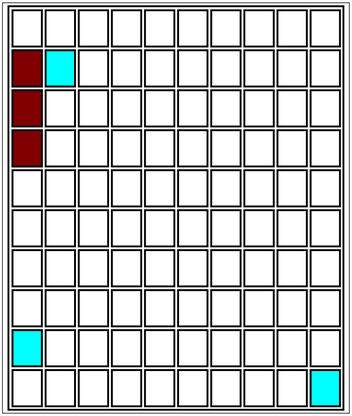
Before: grafica.png, a diagram exported from Graphviz (kevinmp2/IPC2_PROYECTO1_202103206). Its source is kept beside it as grafica.dot.
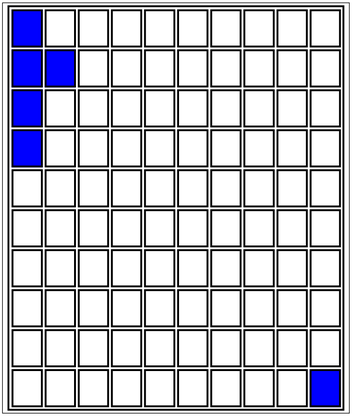
Above is the later version.

Change to the diagram source:
```diff
@@ -1,6 +1,6 @@
 digraph G {a0 [shape=record label=<<TABLE border="3" cellspacing="3" cellpadding="20">
 <TR>
-<TD> </TD>
+<TD bgcolor="blue"> </TD>
 <TD> </TD>
 <TD> </TD>
 <TD> </TD>
@@ -12,8 +12,8 @@
 <TD> </TD>
 </TR>
 <TR>
-<TD bgcolor="webmaroon"> </TD>
-<TD bgcolor="aqua"> </TD>
+<TD bgcolor="blue"> </TD>
+<TD bgcolor="blue"> </TD>
 <TD> </TD>
 <TD> </TD>
 <TD> </TD>
@@ -24,7 +24,7 @@
 <TD> </TD>
 </TR>
 <TR>
-<TD bgcolor="webmaroon"> </TD>
+<TD bgcolor="blue"> </TD>
 <TD> </TD>
 <TD> </TD>
 <TD> </TD>
@@ -36,7 +36,7 @@
 <TD> </TD>
 </TR>
 <TR>
-<TD bgcolor="webmaroon"> </TD>
+<TD bgcolor="blue"> </TD>
 <TD> </TD>
 <TD> </TD>
 <TD> </TD>
@@ -96,7 +96,7 @@
 <TD> </TD>
 </TR>
 <TR>
-<TD bgcolor="aqua"> </TD>
+<TD> </TD>
 <TD> </TD>
 <TD> </TD>
 <TD> </TD>
@@ -117,6 +117,6 @@
 <TD> </TD>
 <TD> </TD>
 <TD> </TD>
-<TD bgcolor="aqua"> </TD>
+<TD bgcolor="blue"> </TD>
 </TR>
 </TABLE>>];}
```
